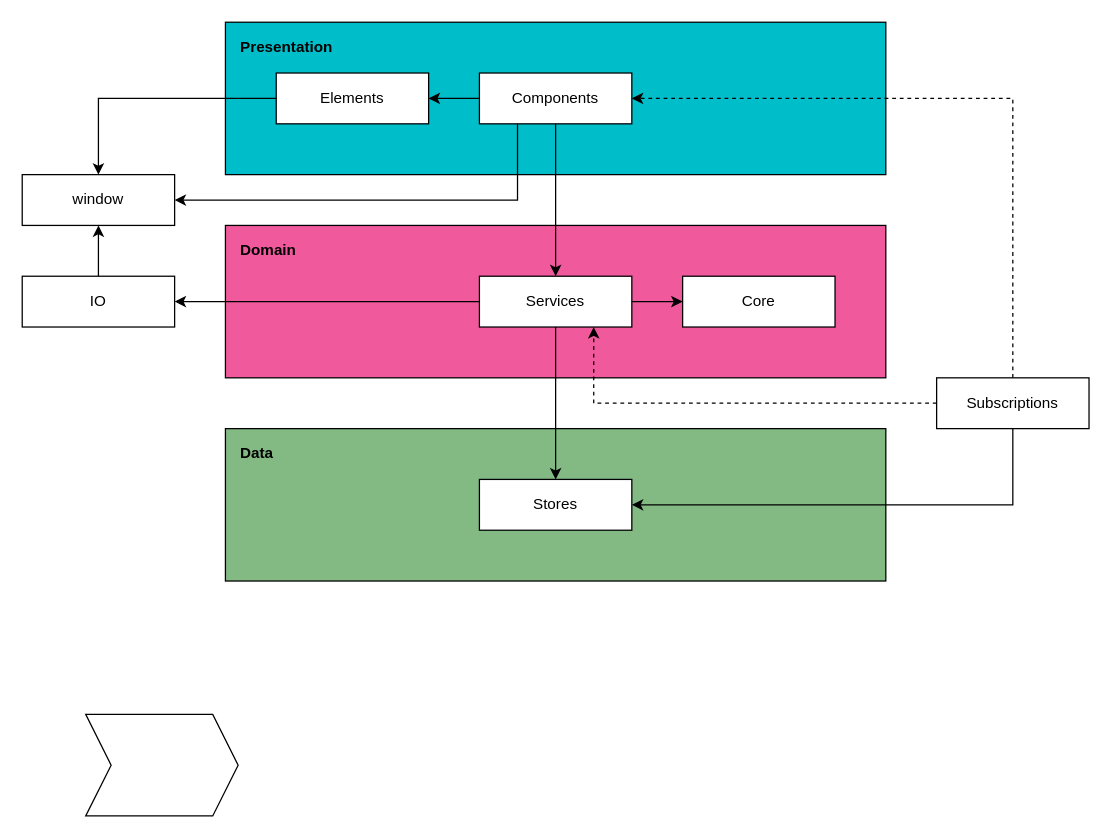
Above: docs/architecture.drawio in mattriley/agile-avatars (draw.io), before the change. Source tidied: cells renumbered, new cells numbered last; positions are measured from the earlier drawing's top-left corner, leaving out a move shared by most shapes. Both pictures are drawn from the tidied source at 127%, with x=0, y=0 at pixel (22, 22).
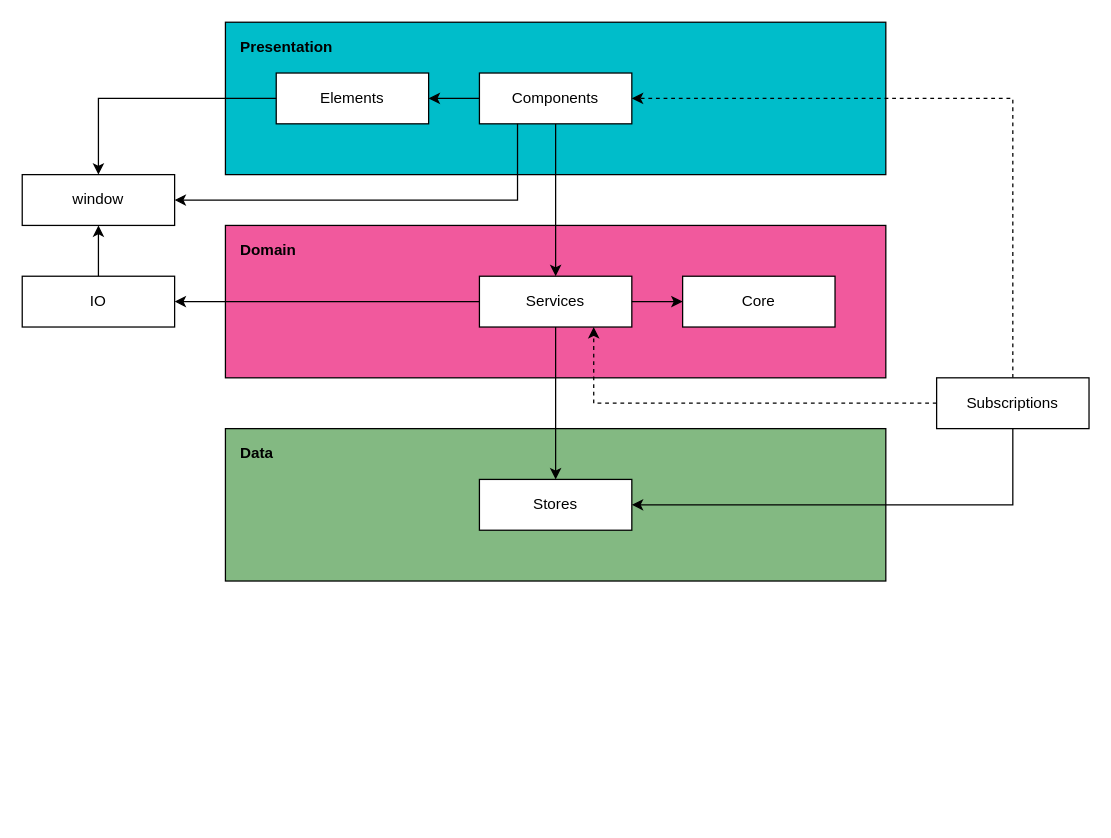
The same diagram, later.

What changed in the source:
```diff
@@
-    <mxCell id="27" style="shape=step;perimeter=stepPerimeter;whiteSpace=wrap;html=1;fixedSize=1;" parent="1" vertex="1">
-      <mxGeometry x="50" y="545" width="120" height="80" as="geometry" />
-    </mxCell>
```
